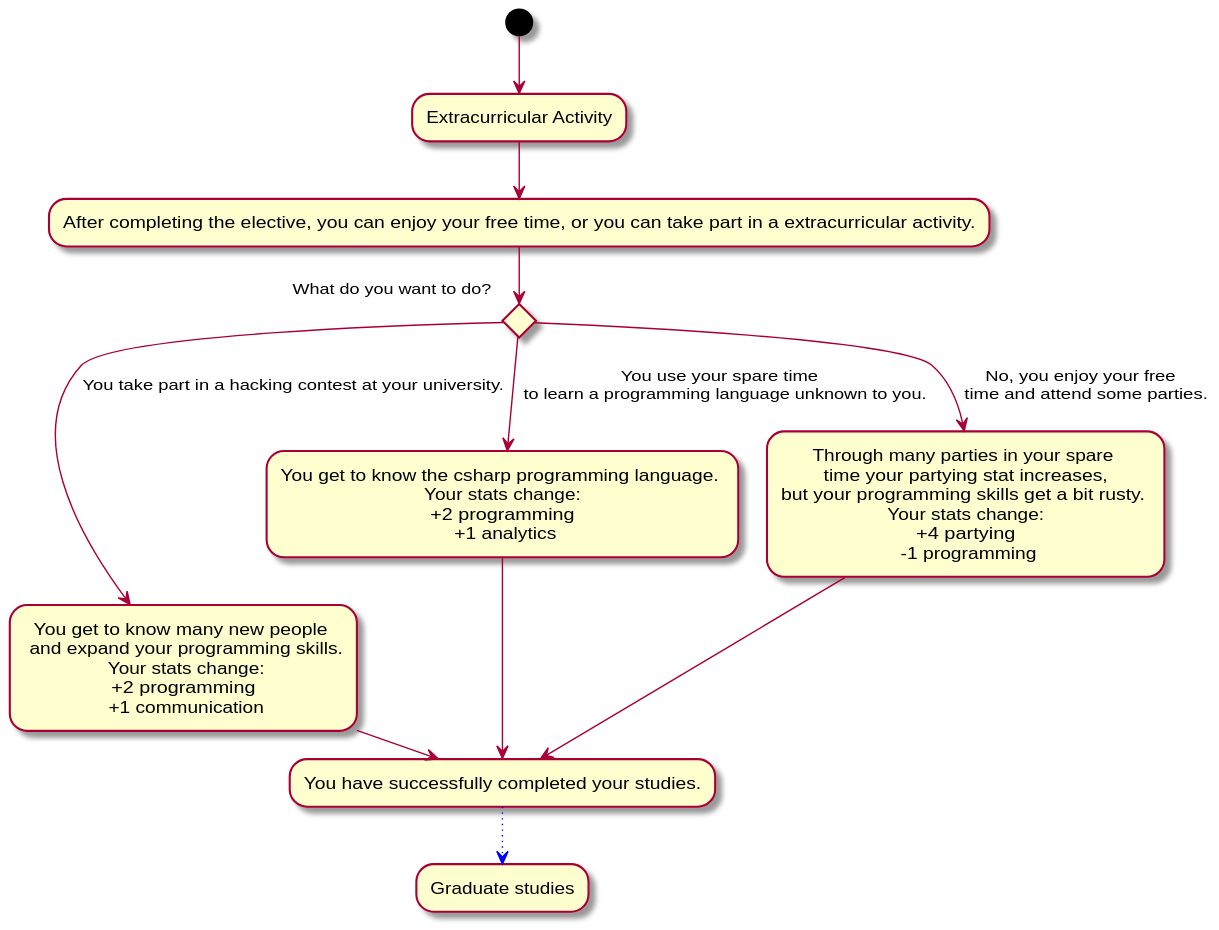
Brotenko/QualityQuest keeps this PlantUML diagram as Docs/Technical Specifications/docs/diagrams/StoryFlow/StoryFlow_Decision_3.svg. Above is the earlier version.
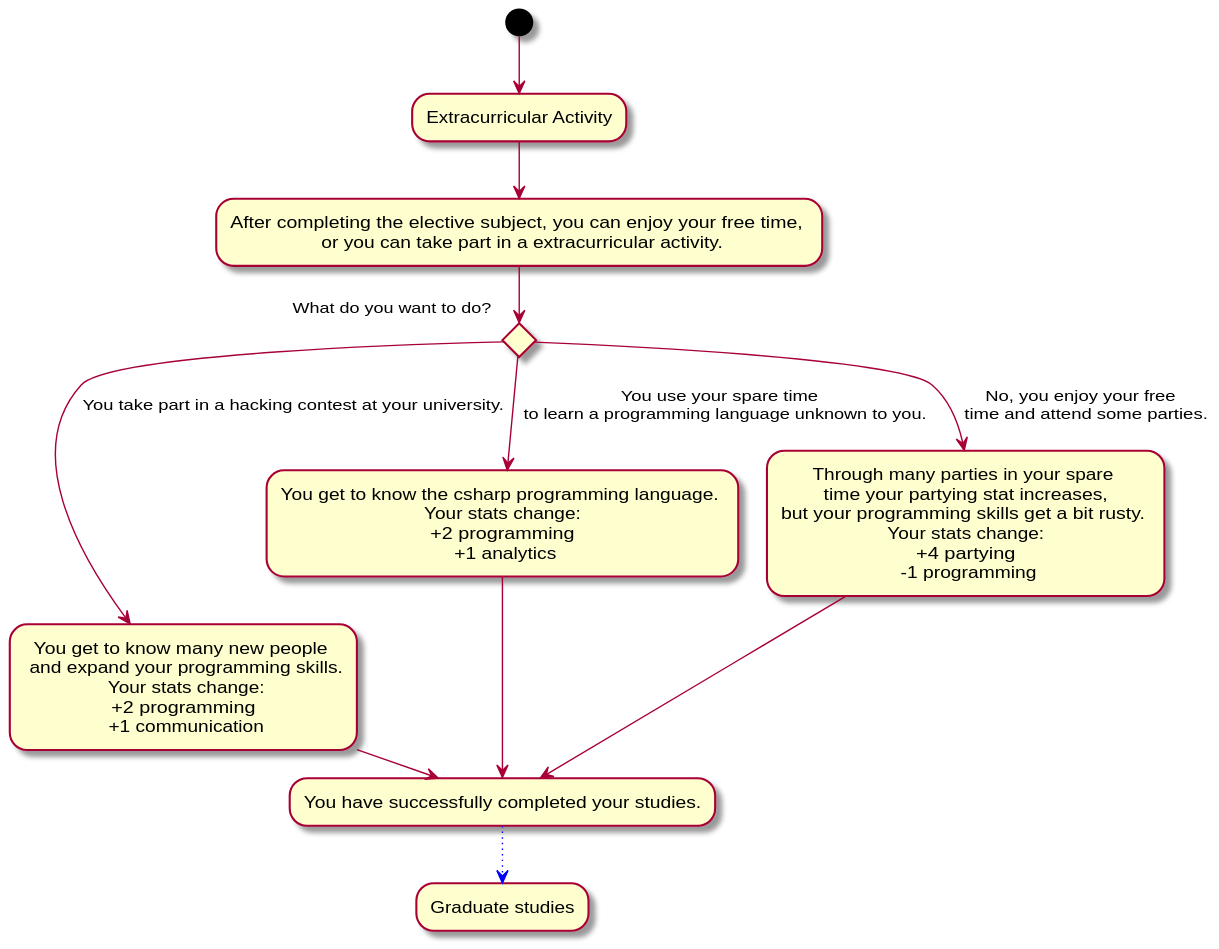
After the change.

Commit message:
Added the diagrams to the documentation and a few changes +  new svg´s.

The edit, as a diff of the source:
```diff
@@ -1,6 +1,6 @@
 @startuml
 (*) --> "Extracurricular Activity"
---> "After completing the elective, you can enjoy your free time, or you can take part in a extracurricular activity."
+--> "After completing the elective subject, you can enjoy your free time, \n or you can take part in a extracurricular activity."
 if "What do you want to do?" then
 --> [You use your spare time \n to learn a programming language unknown to you.] "You get to know the csharp programming language. \n Your stats change: \n +2 programming \n +1 analytics" as newL
 else
```
